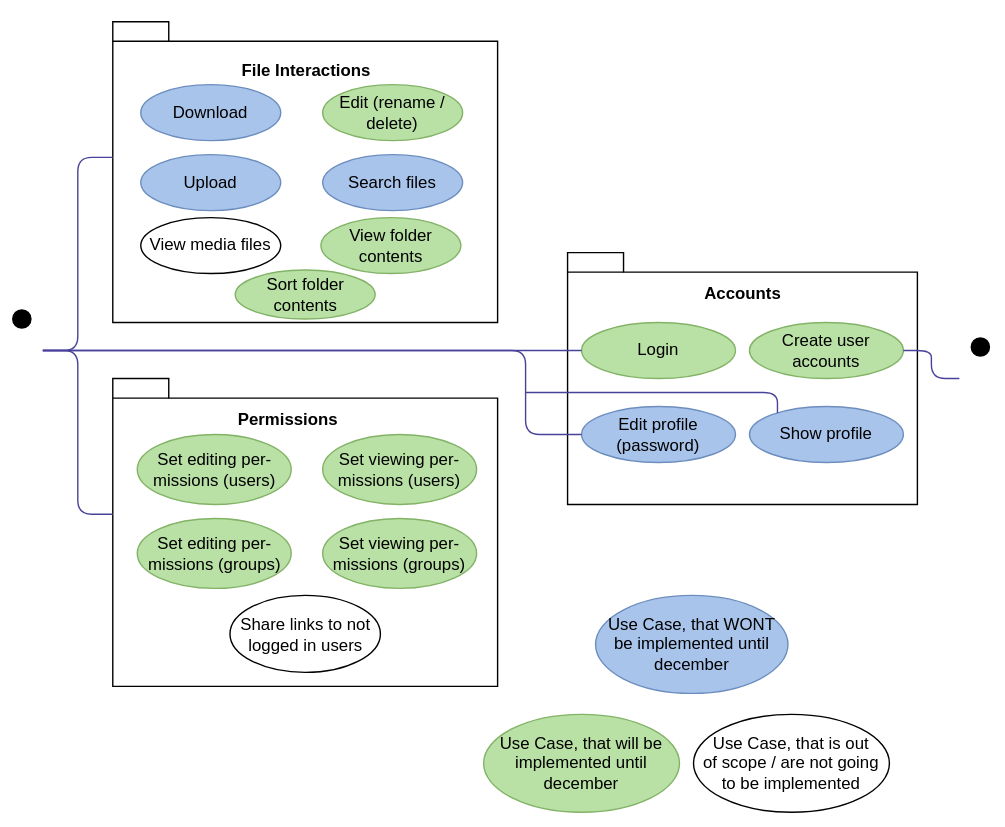
Before: wiki/usecases.svg, a diagram exported from draw.io (FileFighter/filefighter.github.io). Source tidied: cells renumbered, new cells last; positions are measured from the earlier drawing's top-left corner, leaving out a move shared by most shapes.
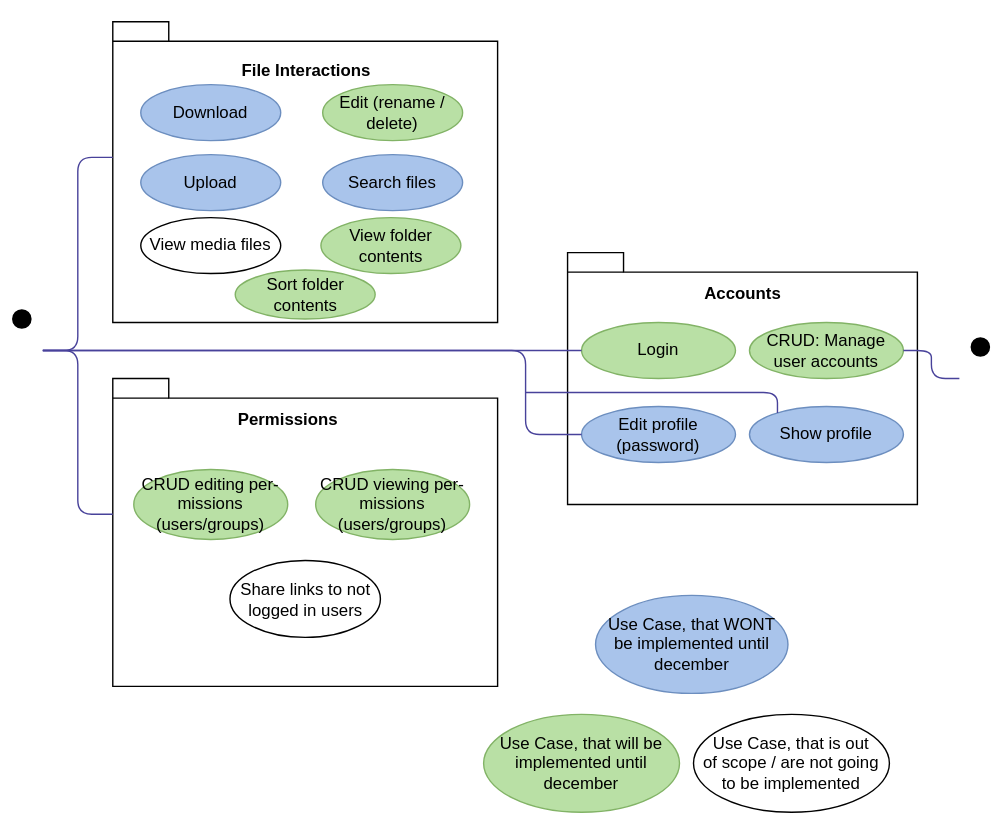
Later version of the same file.

Commit message:
change usecase diagramm

Change to the diagram source:
```diff
@@ -35,8 +35,8 @@
     <mxCell id="12" value="Edit (rename / delete)" style="ellipse;whiteSpace=wrap;html=1;strokeColor=#82b366;fillColor=#B9E0A5;" parent="1" vertex="1">
       <mxGeometry x="230" y="60" width="100" height="40" as="geometry" />
     </mxCell>
-    <mxCell id="13" value="Set editing per-missions (users)" style="ellipse;whiteSpace=wrap;html=1;strokeColor=#82b366;fillColor=#B9E0A5;" parent="1" vertex="1">
-      <mxGeometry x="97.5" y="310" width="110" height="50" as="geometry" />
+    <mxCell id="13" value="CRUD editing per-missions (users/groups)" style="ellipse;whiteSpace=wrap;html=1;strokeColor=#82b366;fillColor=#B9E0A5;" parent="1" vertex="1">
+      <mxGeometry x="95" y="335" width="110" height="50" as="geometry" />
     </mxCell>
     <mxCell id="14" value="&lt;font color=&quot;#ffffff&quot;&gt;Admin&lt;/font&gt;" style="shape=umlActor;verticalLabelPosition=bottom;verticalAlign=top;html=1;fillColor=#000000;strokeColor=#FFFFFF;" parent="1" vertex="1">
       <mxGeometry x="685" y="240" width="30" height="60" as="geometry" />
@@ -44,15 +44,9 @@
     <mxCell id="15" value="View media files" style="ellipse;whiteSpace=wrap;html=1;" parent="1" vertex="1">
       <mxGeometry x="100" y="155" width="100" height="40" as="geometry" />
     </mxCell>
-    <mxCell id="16" value="Set viewing per-missions (users)" style="ellipse;whiteSpace=wrap;html=1;strokeColor=#82b366;fillColor=#B9E0A5;" parent="1" vertex="1">
-      <mxGeometry x="230" y="310" width="110" height="50" as="geometry" />
+    <mxCell id="16" value="CRUD&amp;nbsp;viewing per-missions (users/groups)" style="ellipse;whiteSpace=wrap;html=1;strokeColor=#82b366;fillColor=#B9E0A5;" parent="1" vertex="1">
+      <mxGeometry x="225" y="335" width="110" height="50" as="geometry" />
     </mxCell>
-    <mxCell id="17" value="Set editing per-missions (groups)" style="ellipse;whiteSpace=wrap;html=1;strokeColor=#82b366;fillColor=#B9E0A5;" parent="1" vertex="1">
-      <mxGeometry x="97.5" y="370" width="110" height="50" as="geometry" />
-    </mxCell>
-    <mxCell id="18" value="Set viewing per-missions (groups)" style="ellipse;whiteSpace=wrap;html=1;strokeColor=#82b366;fillColor=#B9E0A5;" parent="1" vertex="1">
-      <mxGeometry x="230" y="370" width="110" height="50" as="geometry" />
-    </mxCell>
     <mxCell id="19" value="Login" style="ellipse;whiteSpace=wrap;html=1;strokeColor=#82b366;fillColor=#B9E0A5;" parent="1" vertex="1">
       <mxGeometry x="415" y="230" width="110" height="40" as="geometry" />
     </mxCell>
@@ -62,7 +56,7 @@
     <mxCell id="21" value="Show profile" style="ellipse;whiteSpace=wrap;html=1;strokeColor=#6c8ebf;fillColor=#A9C4EB;" parent="1" vertex="1">
       <mxGeometry x="535" y="290" width="110" height="40" as="geometry" />
     </mxCell>
-    <mxCell id="22" value="Create user accounts" style="ellipse;whiteSpace=wrap;html=1;strokeColor=#82b366;fillColor=#B9E0A5;" parent="1" vertex="1">
+    <mxCell id="22" value="CRUD: Manage user accounts" style="ellipse;whiteSpace=wrap;html=1;strokeColor=#82b366;fillColor=#B9E0A5;" parent="1" vertex="1">
       <mxGeometry x="535" y="230" width="110" height="40" as="geometry" />
     </mxCell>
     <mxCell id="23" style="endArrow=none;html=1;edgeStyle=orthogonalEdgeStyle;entryX=0;entryY=0;entryDx=0;entryDy=97;entryPerimeter=0;strokeColor=#48429A;" parent="1" edge="1" source="3" target="4">
@@ -110,7 +104,7 @@
       </mxGeometry>
     </mxCell>
     <mxCell id="33" value="Share links to not logged in users" style="ellipse;whiteSpace=wrap;html=1;" parent="1" vertex="1">
-      <mxGeometry x="163.8" y="425" width="107.5" height="55" as="geometry" />
+      <mxGeometry x="163.8" y="400" width="107.5" height="55" as="geometry" />
     </mxCell>
     <mxCell id="34" value="Upload" style="ellipse;whiteSpace=wrap;html=1;strokeColor=#6c8ebf;fillColor=#A9C4EB;" parent="1" vertex="1">
       <mxGeometry x="100" y="110" width="100" height="40" as="geometry" />
@@ -121,5 +115,8 @@
     <mxCell id="36" value="Sort folder contents" style="ellipse;whiteSpace=wrap;html=1;strokeColor=#82b366;fillColor=#B9E0A5;" parent="1" vertex="1">
       <mxGeometry x="167.5" y="192.5" width="100" height="35" as="geometry" />
     </mxCell>
+    <mxCell id="37" style="edgeStyle=orthogonalEdgeStyle;rounded=0;orthogonalLoop=1;jettySize=auto;html=1;exitX=0.5;exitY=1;exitDx=0;exitDy=0;exitPerimeter=0;" parent="1" edge="1" source="6" target="6">
+      <mxGeometry relative="1" as="geometry" />
+    </mxCell>
   </root>
 </mxGraphModel>
```
